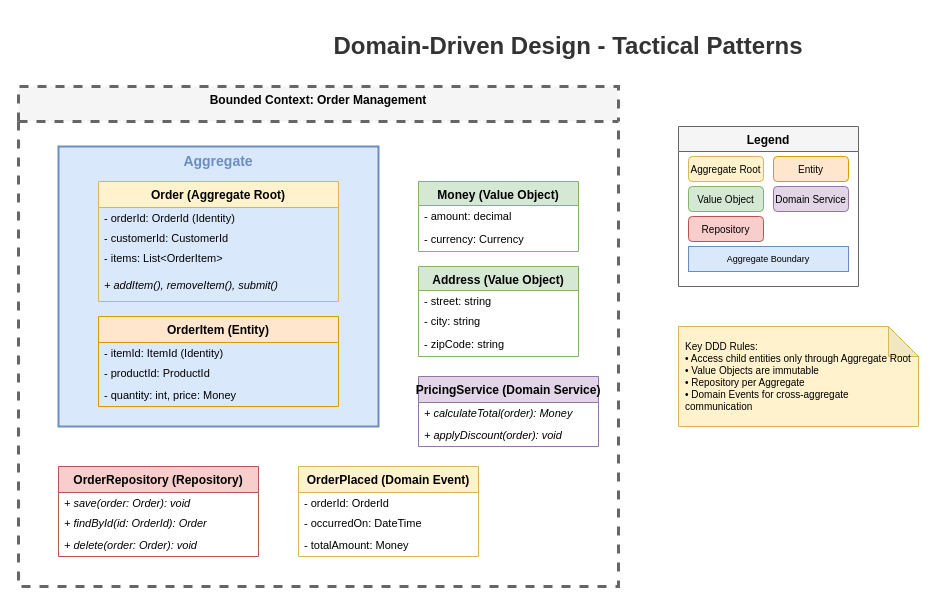
MrParkerZ7/document-lesson-software-architect-x-claude keeps this draw.io diagram as lesson-01-software-design-architecture/diagrams/1.5-ddd-bounded-context.drawio. Above is the earlier version. Source tidied: cells renumbered, new cells numbered last; positions are measured from the earlier drawing's top-left corner, leaving out a move shared by most shapes. Both pictures are drawn from the tidied source at 100%, with x=0, y=0 at pixel (18, 26).
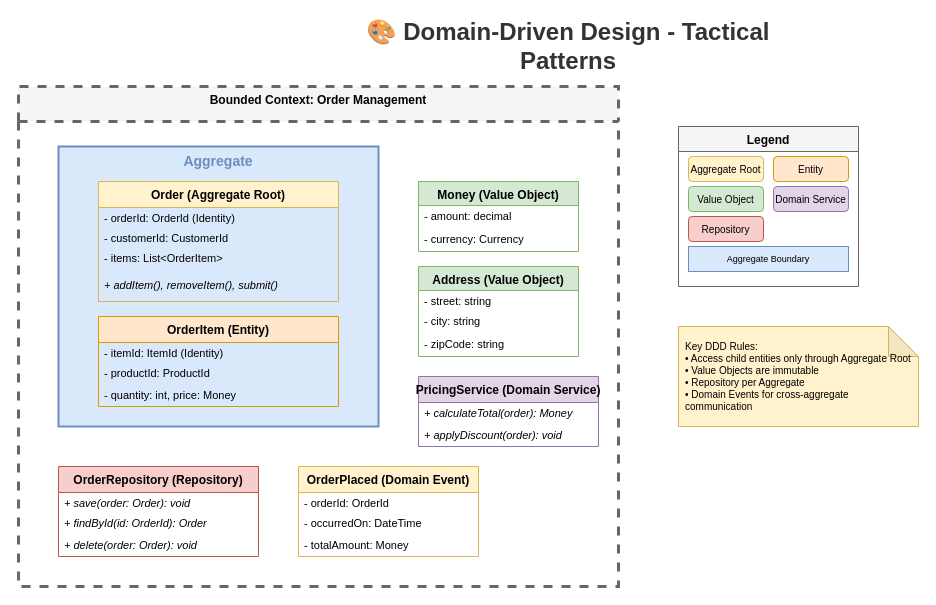
The same diagram, later.

Diff of the diagram source:
```diff
@@
-    <mxCell id="2" value="Domain-Driven Design - Tactical Patterns" style="text;html=1;strokeColor=none;fillColor=none;align=center;verticalAlign=middle;whiteSpace=wrap;rounded=0;fontSize=24;fontStyle=1;fontColor=#333333;" parent="1" vertex="1">
+    <mxCell id="2" value="🎨 Domain-Driven Design - Tactical Patterns" style="text;html=1;strokeColor=none;fillColor=none;align=center;verticalAlign=middle;whiteSpace=wrap;rounded=0;fontSize=24;fontStyle=1;fontColor=#333333;" parent="1" vertex="1">
       <mxGeometry x="300" width="500" height="40" as="geometry" />
     </mxCell>
```
